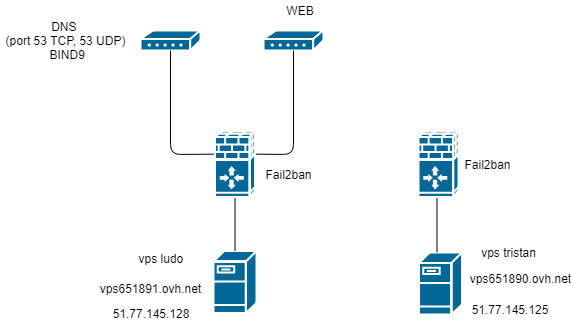
robinp12/Projet-Admin keeps this draw.io diagram as schémas/WoodyToysVps.png. Above is the earlier version. Source tidied: cells renumbered, new cells last; positions are measured from the earlier drawing's top-left corner, leaving out a move shared by most shapes.
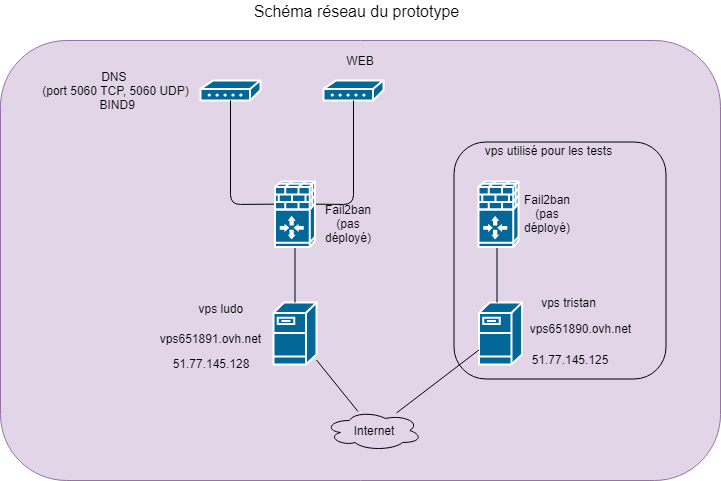
Above is the later version.

The edit, as a diff of the source:
```diff
@@ -2,6 +2,12 @@
   <root>
     <mxCell id="0" />
     <mxCell id="1" parent="0" />
+    <mxCell id="22" value="&lt;span&gt;&lt;font style=&quot;font-size: 16px&quot;&gt;Schéma réseau du prototype&lt;/font&gt;&lt;/span&gt;" style="text;html=1;strokeColor=none;fillColor=none;align=center;verticalAlign=middle;whiteSpace=wrap;rounded=0;" parent="1" vertex="1">
+      <mxGeometry x="161.5" y="-50" width="269" height="20" as="geometry" />
+    </mxCell>
+    <mxCell id="23" style="rounded=1;whiteSpace=wrap;html=1;fillColor=#e1d5e7;strokeColor=#9673a6;" parent="1" vertex="1">
+      <mxGeometry x="-60" y="-10" width="720" height="440" as="geometry" />
+    </mxCell>
     <mxCell id="2" style="shape=mxgraph.cisco.servers.fileserver;html=1;dashed=0;fillColor=#036897;strokeColor=#ffffff;strokeWidth=2;verticalLabelPosition=bottom;verticalAlign=top;align=center;outlineConnect=0;" parent="1" vertex="1">
       <mxGeometry x="418.5" y="252" width="43" height="62" as="geometry" />
     </mxCell>
@@ -11,52 +17,52 @@
     <mxCell id="4" style="shape=mxgraph.cisco.modems_and_phones.modem;html=1;dashed=0;fillColor=#036897;strokeColor=#ffffff;strokeWidth=2;verticalLabelPosition=bottom;verticalAlign=top;align=center;outlineConnect=0;" parent="1" vertex="1">
       <mxGeometry x="263" y="30" width="60" height="20" as="geometry" />
     </mxCell>
-    <mxCell id="5" style="endArrow=none;html=1;" parent="1" edge="1" target="3">
-      <mxGeometry relative="1" as="geometry">
-        <mxPoint x="220" y="153.6" as="sourcePoint" />
-        <Array as="points">
-          <mxPoint x="170" y="154" />
-        </Array>
-      </mxGeometry>
-    </mxCell>
-    <mxCell id="6" style="endArrow=none;html=1;" parent="1" edge="1" target="4">
-      <mxGeometry relative="1" as="geometry">
-        <mxPoint x="249" y="153.6" as="sourcePoint" />
-        <Array as="points">
-          <mxPoint x="293" y="154" />
-        </Array>
-      </mxGeometry>
-    </mxCell>
-    <mxCell id="7" style="endArrow=none;html=1;" parent="1" edge="1">
-      <mxGeometry relative="1" as="geometry">
-        <mxPoint x="436.5" y="187" as="sourcePoint" />
-        <mxPoint x="436.5" y="252" as="targetPoint" />
-      </mxGeometry>
-    </mxCell>
+    <mxCell id="24" style="endArrow=none;html=1;" parent="1" edge="1" target="3">
+      <mxGeometry relative="1" as="geometry">
+        <mxPoint x="220" y="153.6" as="sourcePoint" />
+        <Array as="points">
+          <mxPoint x="170" y="154" />
+        </Array>
+      </mxGeometry>
+    </mxCell>
+    <mxCell id="25" style="endArrow=none;html=1;" parent="1" edge="1" target="4">
+      <mxGeometry relative="1" as="geometry">
+        <mxPoint x="249" y="153.6" as="sourcePoint" />
+        <Array as="points">
+          <mxPoint x="293" y="154" />
+        </Array>
+      </mxGeometry>
+    </mxCell>
+    <mxCell id="26" style="endArrow=none;html=1;" parent="1" edge="1">
+      <mxGeometry relative="1" as="geometry">
+        <mxPoint x="436.5" y="187" as="sourcePoint" />
+        <mxPoint x="436.5" y="252" as="targetPoint" />
+      </mxGeometry>
+    </mxCell>
     <mxCell id="8" value="vps tristan" style="text;html=1;strokeColor=none;fillColor=none;align=center;verticalAlign=middle;whiteSpace=wrap;rounded=0;" parent="1" vertex="1">
       <mxGeometry x="468" y="242" width="80" height="20" as="geometry" />
     </mxCell>
-    <mxCell id="9" value="DNS &lt;br&gt;(port 53 TCP, 53 UDP)&lt;br&gt;&amp;nbsp;BIND9" style="text;html=1;strokeColor=none;fillColor=none;align=center;verticalAlign=middle;whiteSpace=wrap;rounded=0;" parent="1" vertex="1">
-      <mxGeometry y="10" width="130" height="60" as="geometry" />
-    </mxCell>
+    <mxCell id="27" value="DNS &lt;br&gt;(port 5060 TCP, 5060 UDP)&lt;br&gt;&amp;nbsp;BIND9" style="text;html=1;strokeColor=none;fillColor=none;align=center;verticalAlign=middle;whiteSpace=wrap;rounded=0;" parent="1" vertex="1">
+      <mxGeometry x="-20" y="10" width="150" height="60" as="geometry" />
+    </mxCell>
     <mxCell id="10" value="WEB" style="text;html=1;strokeColor=none;fillColor=none;align=center;verticalAlign=middle;whiteSpace=wrap;rounded=0;" parent="1" vertex="1">
       <mxGeometry x="280" width="40" height="20" as="geometry" />
     </mxCell>
-    <mxCell id="11" value="Fail2ban" style="text;html=1;strokeColor=none;fillColor=none;align=center;verticalAlign=middle;whiteSpace=wrap;rounded=0;" parent="1" vertex="1">
-      <mxGeometry x="263" y="163.5" width="50" height="20" as="geometry" />
-    </mxCell>
-    <mxCell id="12" value="Fail2ban" style="text;html=1;strokeColor=none;fillColor=none;align=center;verticalAlign=middle;whiteSpace=wrap;rounded=0;" parent="1" vertex="1">
-      <mxGeometry x="461.5" y="153.5" width="50" height="20" as="geometry" />
-    </mxCell>
+    <mxCell id="28" value="Fail2ban (pas déployé)" style="text;html=1;strokeColor=none;fillColor=none;align=center;verticalAlign=middle;whiteSpace=wrap;rounded=0;" parent="1" vertex="1">
+      <mxGeometry x="263" y="163.5" width="50" height="20" as="geometry" />
+    </mxCell>
+    <mxCell id="29" value="Fail2ban (pas déployé)" style="text;html=1;strokeColor=none;fillColor=none;align=center;verticalAlign=middle;whiteSpace=wrap;rounded=0;" parent="1" vertex="1">
+      <mxGeometry x="461.5" y="153.5" width="50" height="20" as="geometry" />
+    </mxCell>
     <mxCell id="13" value="vps651890.ovh.net" style="text;html=1;strokeColor=none;fillColor=none;align=center;verticalAlign=middle;whiteSpace=wrap;rounded=0;" parent="1" vertex="1">
       <mxGeometry x="499.5" y="267.5" width="40" height="20" as="geometry" />
     </mxCell>
     <mxCell id="14" value="51.77.145.125&lt;br&gt;" style="text;html=1;strokeColor=none;fillColor=none;align=center;verticalAlign=middle;whiteSpace=wrap;rounded=0;" parent="1" vertex="1">
       <mxGeometry x="489.5" y="298.5" width="40" height="20" as="geometry" />
     </mxCell>
-    <mxCell id="15" style="shape=mxgraph.cisco.servers.fileserver;html=1;dashed=0;fillColor=#036897;strokeColor=#ffffff;strokeWidth=2;verticalLabelPosition=bottom;verticalAlign=top;align=center;outlineConnect=0;" parent="1" vertex="1">
-      <mxGeometry x="213" y="250.5" width="43" height="62" as="geometry" />
-    </mxCell>
+    <mxCell id="30" style="shape=mxgraph.cisco.servers.fileserver;html=1;dashed=0;fillColor=#036897;strokeColor=#ffffff;strokeWidth=2;verticalLabelPosition=bottom;verticalAlign=top;align=center;outlineConnect=0;" parent="1" vertex="1">
+      <mxGeometry x="213" y="252" width="43" height="62" as="geometry" />
+    </mxCell>
     <mxCell id="16" value="vps ludo&amp;nbsp;&lt;br&gt;" style="text;html=1;strokeColor=none;fillColor=none;align=center;verticalAlign=middle;whiteSpace=wrap;rounded=0;" parent="1" vertex="1">
       <mxGeometry x="111.5" y="242.5" width="100" height="30" as="geometry" />
     </mxCell>
@@ -66,16 +72,34 @@
     <mxCell id="18" value="51.77.145.128" style="text;html=1;strokeColor=none;fillColor=none;align=center;verticalAlign=middle;whiteSpace=wrap;rounded=0;" parent="1" vertex="1">
       <mxGeometry x="130" y="302.5" width="40" height="20" as="geometry" />
     </mxCell>
-    <mxCell id="19" style="endArrow=none;html=1;" parent="1" edge="1" target="15">
-      <mxGeometry relative="1" as="geometry">
-        <mxPoint x="234.5" y="187" as="sourcePoint" />
-      </mxGeometry>
-    </mxCell>
+    <mxCell id="31" style="endArrow=none;html=1;" parent="1" edge="1" target="30">
+      <mxGeometry relative="1" as="geometry">
+        <mxPoint x="234.5" y="187" as="sourcePoint" />
+      </mxGeometry>
+    </mxCell>
     <mxCell id="20" style="shape=mxgraph.cisco.security.ios_firewall;html=1;dashed=0;fillColor=#036897;strokeColor=#ffffff;strokeWidth=2;verticalLabelPosition=bottom;verticalAlign=top;align=center;" parent="1" vertex="1">
       <mxGeometry x="214.5" y="130.5" width="40" height="66" as="geometry" />
     </mxCell>
     <mxCell id="21" style="shape=mxgraph.cisco.security.ios_firewall;html=1;dashed=0;fillColor=#036897;strokeColor=#ffffff;strokeWidth=2;verticalLabelPosition=bottom;verticalAlign=top;align=center;" parent="1" vertex="1">
       <mxGeometry x="418" y="130.5" width="40" height="66" as="geometry" />
     </mxCell>
+    <mxCell id="32" style="rounded=1;whiteSpace=wrap;html=1;fillColor=none;" parent="1" vertex="1">
+      <mxGeometry x="393.5" y="91.5" width="212" height="237" as="geometry" />
+    </mxCell>
+    <mxCell id="33" value="vps utilisé pour les tests" style="text;html=1;strokeColor=none;fillColor=none;align=center;verticalAlign=middle;whiteSpace=wrap;rounded=0;" parent="1" vertex="1">
+      <mxGeometry x="418" y="90" width="139" height="20" as="geometry" />
+    </mxCell>
+    <mxCell id="34" style="ellipse;shape=cloud;whiteSpace=wrap;html=1;fillColor=none;" parent="1" vertex="1">
+      <mxGeometry x="264.5" y="360" width="97" height="40" as="geometry" />
+    </mxCell>
+    <mxCell id="35" style="endArrow=none;html=1;" parent="1" edge="1" source="34" target="30">
+      <mxGeometry relative="1" as="geometry" />
+    </mxCell>
+    <mxCell id="36" style="endArrow=none;html=1;" parent="1" edge="1" source="34" target="2">
+      <mxGeometry relative="1" as="geometry" />
+    </mxCell>
+    <mxCell id="37" value="Internet" style="text;html=1;strokeColor=none;fillColor=none;align=center;verticalAlign=middle;whiteSpace=wrap;rounded=0;" parent="1" vertex="1">
+      <mxGeometry x="293" y="370" width="40" height="20" as="geometry" />
+    </mxCell>
   </root>
 </mxGraphModel>
```
